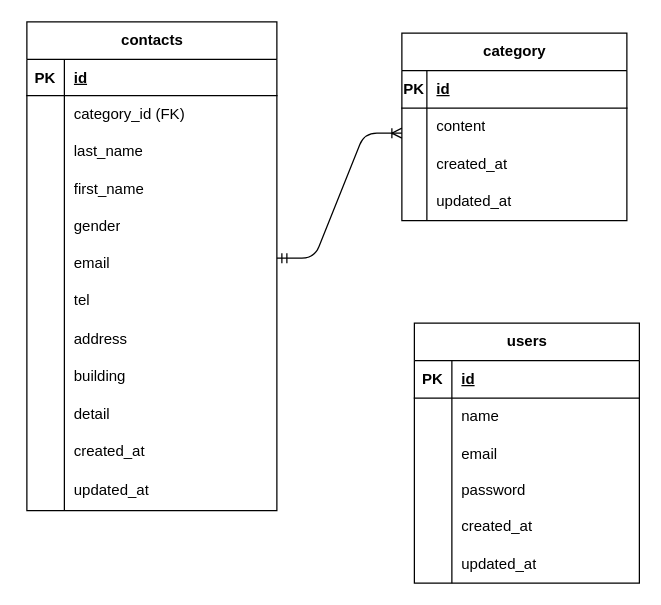
The draw.io diagram docs/er_diagram.drawio in shino-ym/shinobu.yamaguchi-kadai1, before the edit. Source tidied: cells renumbered, new cells numbered last; positions are measured from the earlier drawing's top-left corner, leaving out a move shared by most shapes. Both pictures are drawn from the tidied source at 125%, with x=0, y=0 at pixel (26, 21).
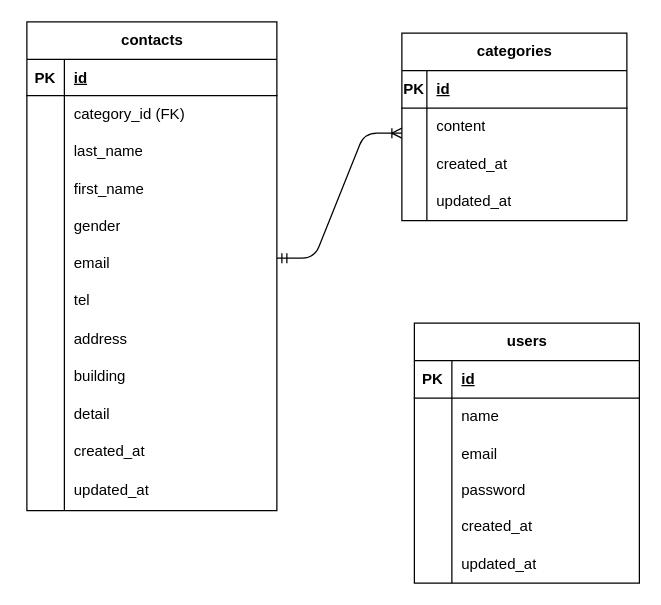
Above is the later version.

Commit message:
Update ER diagram drawio source

What changed in the source:
```diff
@@
-    <mxCell id="39" value="category" style="shape=table;startSize=30;childLayout=tableLayout;rowLines=0;fontStyle=1;align=center;html=1;rounded=0;" parent="1" vertex="1">
+    <mxCell id="39" value="categories" style="shape=table;startSize=30;childLayout=tableLayout;rowLines=0;fontStyle=1;align=center;html=1;rounded=0;" parent="1" vertex="1">
       <mxGeometry x="300" y="9" width="180" height="150" as="geometry" />
     </mxCell>
```
